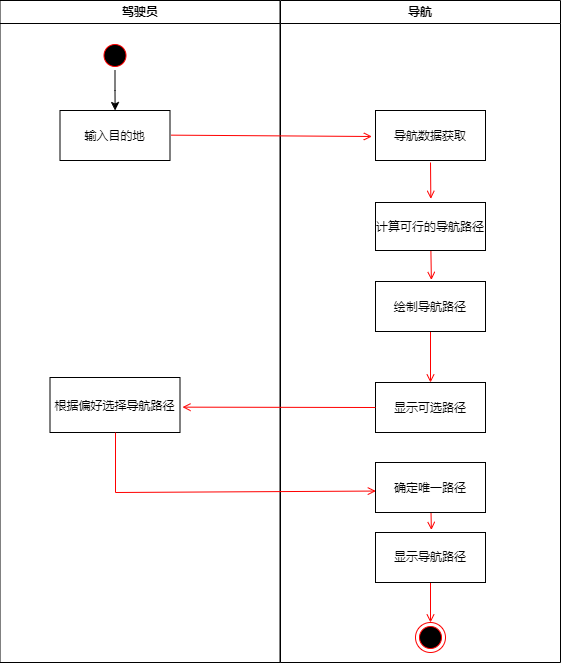
Earlier version of the draw.io export Untitled Diagram.drawio.png (Oilecaker/Oilecaker.github.io). Source tidied: cells renumbered, new cells last; positions are measured from the earlier drawing's top-left corner, leaving out a move shared by most shapes.
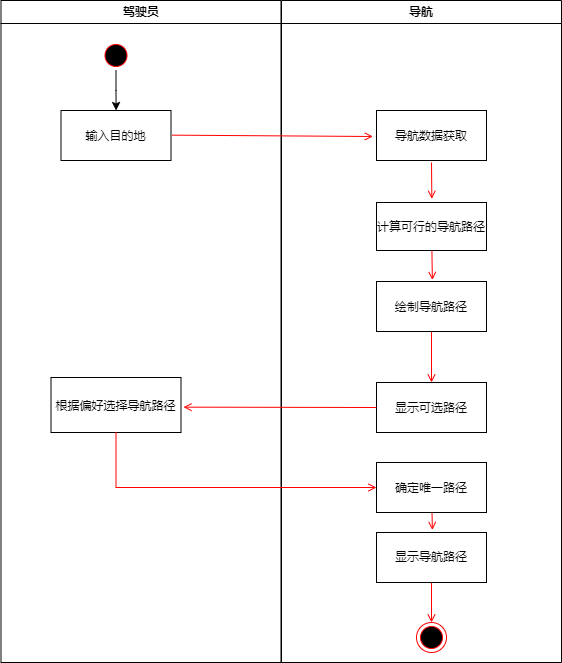
Above is the later version.

Diff of the diagram source:
```diff
@@ -66,13 +66,8 @@
         <mxPoint x="376" y="407" as="sourcePoint" />
       </mxGeometry>
     </mxCell>
-    <mxCell id="22" style="edgeStyle=none;rounded=0;jettySize=auto;html=1;entryX=0.003;entryY=0.571;entryDx=0;entryDy=0;entryPerimeter=0;strokeColor=#FF0000;endArrow=open;endFill=0;" parent="1" edge="1" target="16">
-      <mxGeometry relative="1" as="geometry">
-        <mxPoint x="116" y="432" as="sourcePoint" />
-        <Array as="points">
-          <mxPoint x="116" y="492" />
-        </Array>
-      </mxGeometry>
-    </mxCell>
+    <mxCell id="23" style="edgeStyle=orthogonalEdgeStyle;rounded=0;jettySize=auto;html=1;exitX=0.5;exitY=1;exitDx=0;exitDy=0;entryX=0;entryY=0.5;entryDx=0;entryDy=0;strokeColor=#FF0000;endArrow=open;endFill=0;" parent="1" edge="1" source="6" target="16">
+      <mxGeometry relative="1" as="geometry" />
+    </mxCell>
   </root>
 </mxGraphModel>
```
